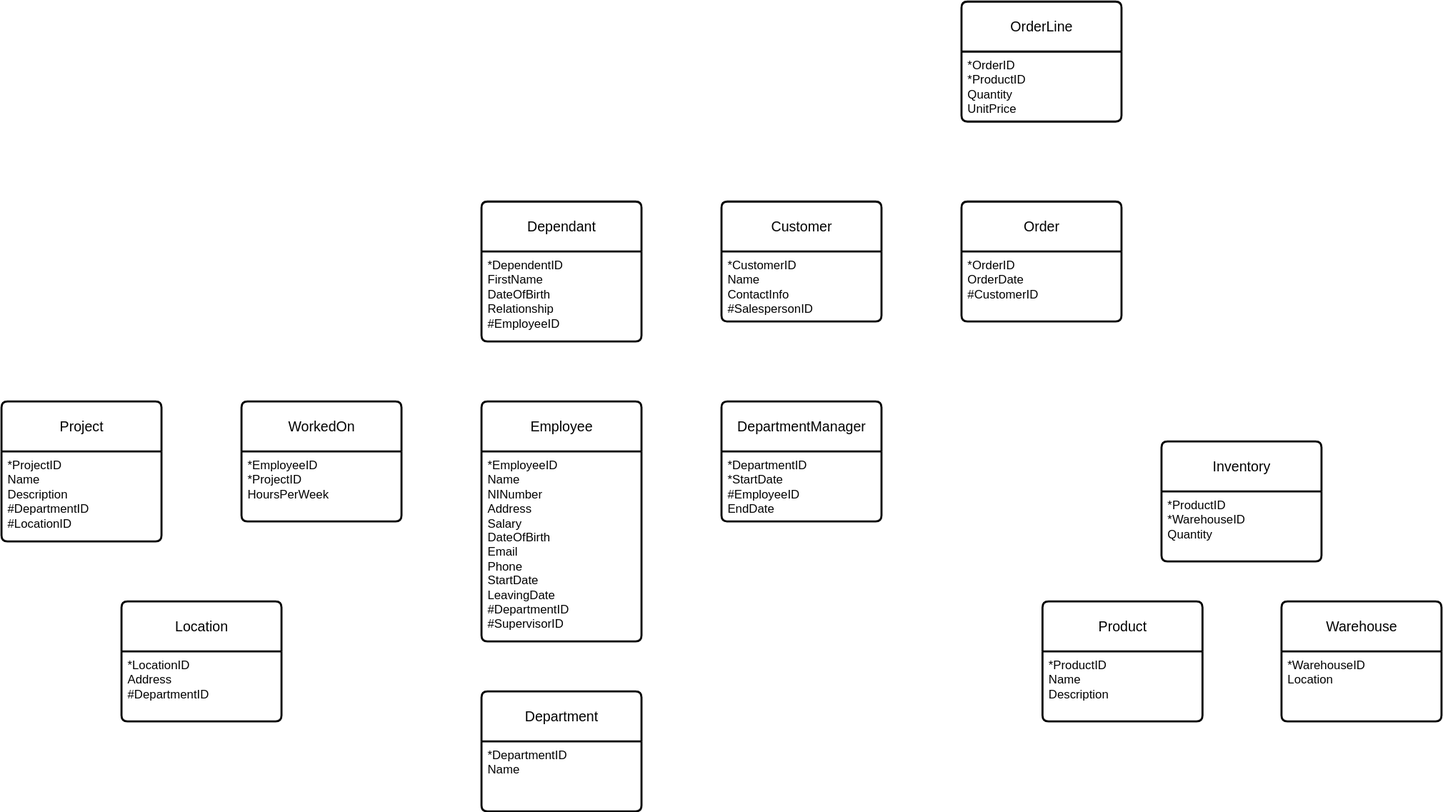
This is Company_ERD.drawio.svg from tamasfried/Company_ERD, a draw.io export, as it was before one commit. Source tidied: cells renumbered, new cells last; positions are measured from the earlier drawing's top-left corner, leaving out a move shared by most shapes.
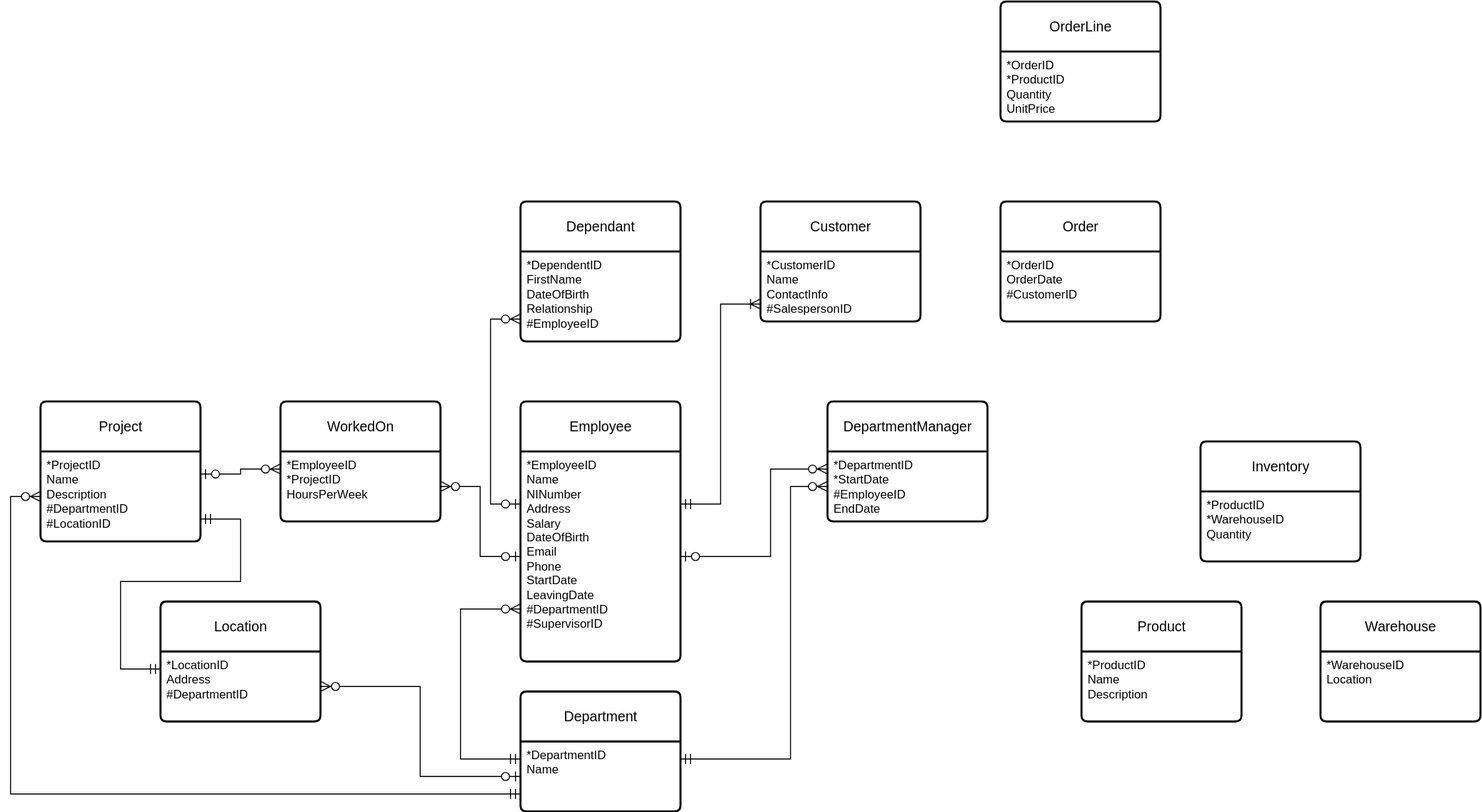
Above is the later version.

What changed in the source:
```diff
@@ -9,13 +9,13 @@
       <mxGeometry y="50" width="160" height="70" as="geometry" />
     </mxCell>
     <mxCell id="4" value="Employee" style="swimlane;horizontal=1;startSize=50;rounded=1;fontSize=14;fontStyle=0;strokeWidth=2;shadow=0;dashed=0;align=center;arcSize=4;whiteSpace=wrap;html=1;labelBackgroundColor=none;swimlaneFillColor=default;" parent="1" vertex="1">
-      <mxGeometry x="480" y="400" width="160" height="240" as="geometry" />
+      <mxGeometry x="480" y="400" width="160" height="260" as="geometry" />
     </mxCell>
     <mxCell id="5" value="*EmployeeID&lt;div&gt;Name&lt;/div&gt;&lt;div&gt;NINumber&lt;/div&gt;&lt;div&gt;Address&lt;br&gt;Salary&lt;/div&gt;&lt;div&gt;DateOfBirth&lt;/div&gt;&lt;div&gt;Email&lt;/div&gt;&lt;div&gt;Phone&lt;/div&gt;&lt;div&gt;StartDate&lt;/div&gt;&lt;div&gt;LeavingDate&lt;/div&gt;&lt;div&gt;#DepartmentID&lt;/div&gt;&lt;div&gt;#SupervisorID&lt;/div&gt;" style="align=left;strokeColor=none;fillColor=none;spacingLeft=4;spacingRight=4;fontSize=12;verticalAlign=top;html=1;whiteSpace=wrap;" parent="4" vertex="1">
-      <mxGeometry y="50" width="160" height="190" as="geometry" />
+      <mxGeometry y="50" width="160" height="210" as="geometry" />
     </mxCell>
     <mxCell id="6" value="DepartmentManager" style="swimlane;horizontal=1;startSize=50;rounded=1;fontSize=14;fontStyle=0;strokeWidth=2;shadow=0;dashed=0;align=center;arcSize=4;whiteSpace=wrap;html=1;labelBackgroundColor=none;swimlaneFillColor=default;" parent="1" vertex="1">
-      <mxGeometry x="720" y="400" width="160" height="120" as="geometry" />
+      <mxGeometry x="787" y="400" width="160" height="120" as="geometry" />
     </mxCell>
     <mxCell id="7" value="*DepartmentID&lt;div&gt;*StartDate&lt;/div&gt;&lt;div&gt;#EmployeeID&lt;/div&gt;&lt;div&gt;EndDate&lt;/div&gt;" style="align=left;strokeColor=none;fillColor=none;spacingLeft=4;spacingRight=4;fontSize=12;verticalAlign=top;html=1;whiteSpace=wrap;" parent="6" vertex="1">
       <mxGeometry y="50" width="160" height="70" as="geometry" />
@@ -80,5 +80,69 @@
     <mxCell id="27" value="&lt;div&gt;*ProductID&lt;/div&gt;&lt;div&gt;*WarehouseID&lt;/div&gt;&lt;div&gt;Quantity&lt;/div&gt;" style="align=left;strokeColor=none;fillColor=none;spacingLeft=4;spacingRight=4;fontSize=12;verticalAlign=top;html=1;whiteSpace=wrap;" parent="26" vertex="1">
       <mxGeometry y="50" width="160" height="70" as="geometry" />
     </mxCell>
+    <mxCell id="28" style="edgeStyle=elbowEdgeStyle;fontSize=12;html=1;endArrow=ERzeroToMany;startArrow=ERmandOne;rounded=0;startSize=8;endSize=8;exitX=0;exitY=0.25;exitDx=0;exitDy=0;entryX=0;entryY=0.75;entryDx=0;entryDy=0;" parent="1" edge="1" source="3" target="5">
+      <mxGeometry relative="1" as="geometry">
+        <Array as="points">
+          <mxPoint x="420" y="680" />
+        </Array>
+      </mxGeometry>
+    </mxCell>
+    <mxCell id="29" style="edgeStyle=elbowEdgeStyle;fontSize=12;html=1;endArrow=ERzeroToMany;startArrow=ERmandOne;rounded=0;startSize=8;endSize=8;exitX=1;exitY=0.25;exitDx=0;exitDy=0;entryX=0;entryY=0.5;entryDx=0;entryDy=0;" parent="1" edge="1" source="3" target="7">
+      <mxGeometry relative="1" as="geometry">
+        <Array as="points">
+          <mxPoint x="750" y="620" />
+        </Array>
+      </mxGeometry>
+    </mxCell>
+    <mxCell id="30" style="edgeStyle=elbowEdgeStyle;fontSize=12;html=1;endArrow=ERzeroToMany;startArrow=ERzeroToOne;rounded=0;startSize=8;endSize=8;entryX=1;entryY=0.5;entryDx=0;entryDy=0;exitX=0;exitY=0.5;exitDx=0;exitDy=0;" parent="1" edge="1" source="3" target="9">
+      <mxGeometry relative="1" as="geometry" />
+    </mxCell>
+    <mxCell id="31" style="edgeStyle=orthogonalEdgeStyle;fontSize=12;html=1;endArrow=ERzeroToMany;startArrow=ERmandOne;rounded=0;startSize=8;endSize=8;exitX=0;exitY=0.75;exitDx=0;exitDy=0;entryX=0;entryY=0.5;entryDx=0;entryDy=0;" parent="1" edge="1" source="3" target="11">
+      <mxGeometry relative="1" as="geometry">
+        <Array as="points">
+          <mxPoint x="-30" y="793" />
+          <mxPoint x="-30" y="495" />
+        </Array>
+      </mxGeometry>
+    </mxCell>
+    <mxCell id="32" style="edgeStyle=orthogonalEdgeStyle;fontSize=12;html=1;endArrow=ERzeroToMany;startArrow=ERzeroToOne;rounded=0;startSize=8;endSize=8;entryX=0;entryY=0.25;entryDx=0;entryDy=0;exitX=1;exitY=0.5;exitDx=0;exitDy=0;" parent="1" edge="1" source="5" target="7">
+      <mxGeometry relative="1" as="geometry">
+        <Array as="points">
+          <mxPoint x="730" y="555" />
+          <mxPoint x="730" y="468" />
+        </Array>
+      </mxGeometry>
+    </mxCell>
+    <mxCell id="33" style="edgeStyle=elbowEdgeStyle;fontSize=12;html=1;endArrow=ERzeroToMany;startArrow=ERzeroToOne;rounded=0;startSize=8;endSize=8;exitX=0;exitY=0.5;exitDx=0;exitDy=0;entryX=1;entryY=0.5;entryDx=0;entryDy=0;" parent="1" edge="1" source="5" target="13">
+      <mxGeometry relative="1" as="geometry" />
+    </mxCell>
+    <mxCell id="34" style="edgeStyle=elbowEdgeStyle;fontSize=12;html=1;endArrow=ERzeroToMany;startArrow=ERzeroToOne;rounded=0;startSize=8;endSize=8;entryX=0;entryY=0.75;entryDx=0;entryDy=0;exitX=0;exitY=0.25;exitDx=0;exitDy=0;" parent="1" edge="1" source="5" target="15">
+      <mxGeometry relative="1" as="geometry">
+        <Array as="points">
+          <mxPoint x="450" y="410" />
+        </Array>
+      </mxGeometry>
+    </mxCell>
+    <mxCell id="35" style="edgeStyle=orthogonalEdgeStyle;fontSize=12;html=1;endArrow=ERoneToMany;startArrow=ERmandOne;rounded=0;startSize=8;endSize=8;exitX=1;exitY=0.25;exitDx=0;exitDy=0;entryX=0;entryY=0.75;entryDx=0;entryDy=0;" parent="1" edge="1" source="5" target="17">
+      <mxGeometry relative="1" as="geometry">
+        <Array as="points">
+          <mxPoint x="680" y="503" />
+          <mxPoint x="680" y="303" />
+        </Array>
+      </mxGeometry>
+    </mxCell>
+    <mxCell id="36" style="edgeStyle=orthogonalEdgeStyle;fontSize=12;html=1;endArrow=ERzeroToMany;startArrow=ERzeroToOne;rounded=0;startSize=8;endSize=8;exitX=1;exitY=0.25;exitDx=0;exitDy=0;entryX=0;entryY=0.25;entryDx=0;entryDy=0;" parent="1" edge="1" source="11" target="13">
+      <mxGeometry relative="1" as="geometry" />
+    </mxCell>
+    <mxCell id="37" style="edgeStyle=orthogonalEdgeStyle;fontSize=12;html=1;endArrow=ERmandOne;startArrow=ERmandOne;rounded=0;startSize=8;endSize=8;exitX=1;exitY=0.75;exitDx=0;exitDy=0;entryX=0;entryY=0.25;entryDx=0;entryDy=0;" parent="1" edge="1" source="11" target="9">
+      <mxGeometry relative="1" as="geometry">
+        <Array as="points">
+          <mxPoint x="200" y="518" />
+          <mxPoint x="200" y="580" />
+          <mxPoint x="80" y="580" />
+          <mxPoint x="80" y="668" />
+        </Array>
+      </mxGeometry>
+    </mxCell>
   </root>
 </mxGraphModel>
```
